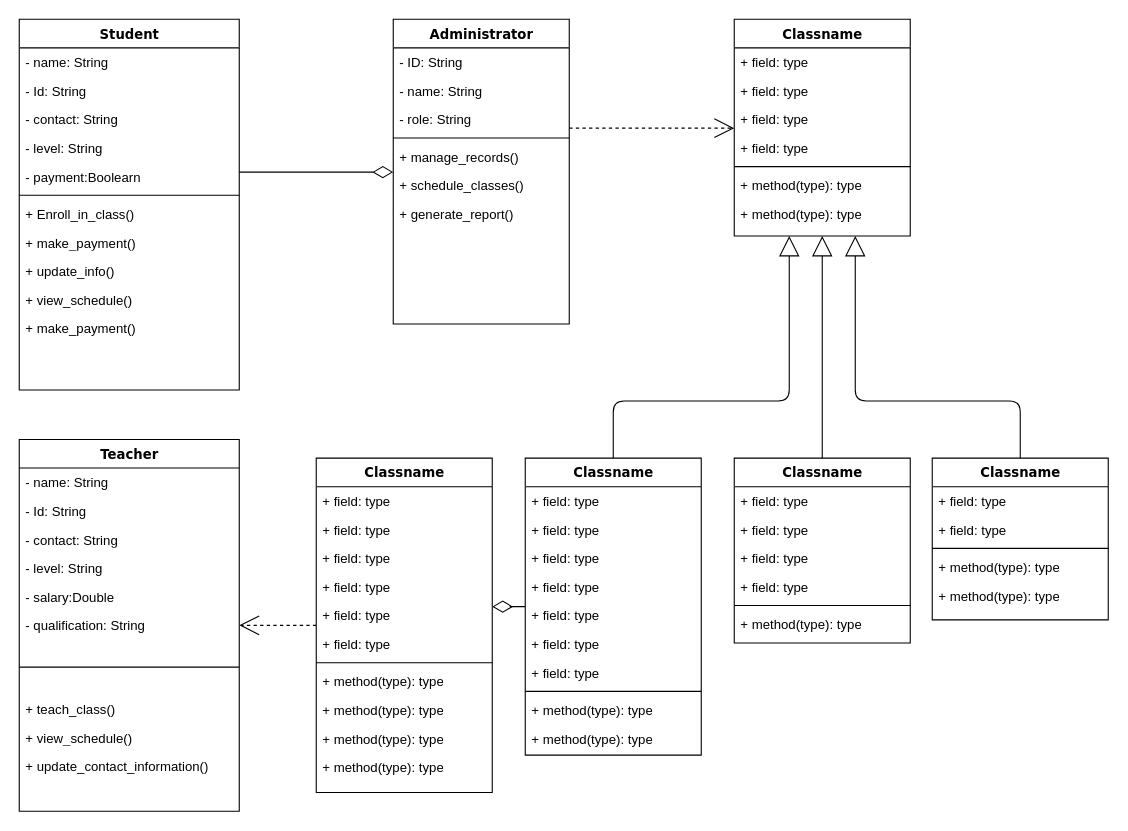
mati-tech/draw.io keeps this draw.io diagram as Masa_academy_diagram_class.drawio. Above is the earlier version. Source tidied: cells renumbered, new cells numbered last; positions are measured from the earlier drawing's top-left corner, leaving out a move shared by most shapes. Both pictures are drawn from the tidied source at 110%, with x=0, y=0 at pixel (19, 19).
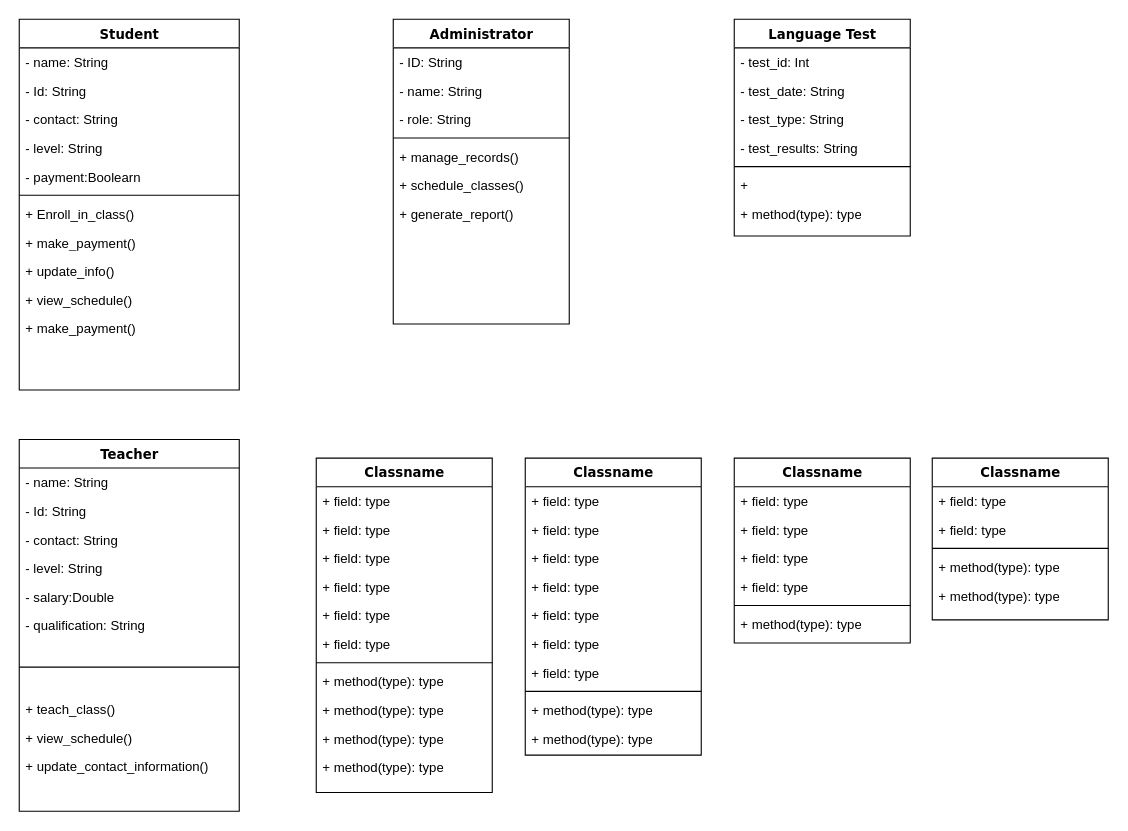
After the change.

The change refers to these unchanged cells:
```xml
<mxCell id="2" value="Student" style="swimlane;html=1;fontStyle=1;align=center;verticalAlign=top;horizontal=1;startSize=26;swimlaneFillColor=#ffffff;rounded=0;shadow=0;comic=0;labelBackgroundColor=none;strokeWidth=1;fillColor=none;fontFamily=Verdana;fontSize=12;" parent="1" vertex="1">
  <mxGeometry width="200" height="337" as="geometry" />
</mxCell>
<mxCell id="15" value="Administrator" style="swimlane;html=1;fontStyle=1;align=center;verticalAlign=top;horizontal=1;startSize=26;swimlaneFillColor=#ffffff;rounded=0;shadow=0;comic=0;labelBackgroundColor=none;strokeWidth=1;fillColor=none;fontFamily=Verdana;fontSize=12;" parent="1" vertex="1">
  <mxGeometry x="340" width="160" height="277" as="geometry" />
</mxCell>
<mxCell id="32" value="Teacher" style="swimlane;html=1;fontStyle=1;align=center;verticalAlign=top;horizontal=1;startSize=26;swimlaneFillColor=#ffffff;rounded=0;shadow=0;comic=0;labelBackgroundColor=none;strokeWidth=1;fillColor=none;fontFamily=Verdana;fontSize=12;" parent="1" vertex="1">
  <mxGeometry y="382" width="200" height="338" as="geometry" />
</mxCell>
<mxCell id="44" value="Classname" style="swimlane;html=1;fontStyle=1;align=center;verticalAlign=top;horizontal=1;startSize=26;swimlaneFillColor=#ffffff;rounded=0;shadow=0;comic=0;labelBackgroundColor=none;strokeWidth=1;fillColor=none;fontFamily=Verdana;fontSize=12;" parent="1" vertex="1">
  <mxGeometry x="270" y="399" width="160" height="304" as="geometry" />
</mxCell>
<mxCell id="57" value="Classname" style="swimlane;html=1;fontStyle=1;align=center;verticalAlign=top;horizontal=1;startSize=26;swimlaneFillColor=#ffffff;rounded=0;shadow=0;comic=0;labelBackgroundColor=none;strokeWidth=1;fillColor=none;fontFamily=Verdana;fontSize=12;" parent="1" vertex="1">
  <mxGeometry x="460" y="399" width="160" height="270" as="geometry" />
</mxCell>
<mxCell id="69" value="Classname" style="swimlane;html=1;fontStyle=1;align=center;verticalAlign=top;horizontal=1;startSize=26;swimlaneFillColor=#ffffff;rounded=0;shadow=0;comic=0;labelBackgroundColor=none;strokeWidth=1;fillColor=none;fontFamily=Verdana;fontSize=12;" parent="1" vertex="1">
  <mxGeometry x="650" y="399" width="160" height="168" as="geometry" />
</mxCell>
<mxCell id="77" value="Classname" style="swimlane;html=1;fontStyle=1;align=center;verticalAlign=top;horizontal=1;startSize=26;swimlaneFillColor=#ffffff;rounded=0;shadow=0;comic=0;labelBackgroundColor=none;strokeWidth=1;fillColor=none;fontFamily=Verdana;fontSize=12;" parent="1" vertex="1">
  <mxGeometry x="830" y="399" width="160" height="147" as="geometry" />
</mxCell>
```

Change to the diagram source:
```diff
@@
-    <mxCell id="14" style="edgeStyle=elbowEdgeStyle;html=1;labelBackgroundColor=none;startFill=0;startSize=8;endArrow=open;endFill=0;endSize=16;fontFamily=Verdana;fontSize=12;elbow=vertical;dashed=1;" parent="1" edge="1" source="15" target="23">
-      <mxGeometry relative="1" as="geometry" />
-    </mxCell>
@@
-    <mxCell id="23" value="Classname" style="swimlane;html=1;fontStyle=1;align=center;verticalAlign=top;horizontal=1;startSize=26;swimlaneFillColor=#ffffff;rounded=0;shadow=0;comic=0;labelBackgroundColor=none;strokeWidth=1;fillColor=none;fontFamily=Verdana;fontSize=12;" parent="1" vertex="1">
+    <mxCell id="23" value="Language Test" style="swimlane;html=1;fontStyle=1;align=center;verticalAlign=top;horizontal=1;startSize=26;swimlaneFillColor=#ffffff;rounded=0;shadow=0;comic=0;labelBackgroundColor=none;strokeWidth=1;fillColor=none;fontFamily=Verdana;fontSize=12;" parent="1" vertex="1">
       <mxGeometry x="650" width="160" height="197" as="geometry" />
     </mxCell>
-    <mxCell id="24" value="+ field: type" style="text;html=1;strokeColor=none;fillColor=none;align=left;verticalAlign=top;spacingLeft=4;spacingRight=4;whiteSpace=wrap;overflow=hidden;" parent="23" vertex="1">
+    <mxCell id="24" value="- test_id: Int" style="text;html=1;strokeColor=none;fillColor=none;align=left;verticalAlign=top;spacingLeft=4;spacingRight=4;whiteSpace=wrap;overflow=hidden;" parent="23" vertex="1">
       <mxGeometry y="26" width="160" height="26" as="geometry" />
     </mxCell>
-    <mxCell id="25" value="+ field: type" style="text;html=1;strokeColor=none;fillColor=none;align=left;verticalAlign=top;spacingLeft=4;spacingRight=4;whiteSpace=wrap;overflow=hidden;" parent="23" vertex="1">
+    <mxCell id="25" value="- test_date: String" style="text;html=1;strokeColor=none;fillColor=none;align=left;verticalAlign=top;spacingLeft=4;spacingRight=4;whiteSpace=wrap;overflow=hidden;" parent="23" vertex="1">
       <mxGeometry y="52" width="160" height="26" as="geometry" />
     </mxCell>
-    <mxCell id="26" value="+ field: type" style="text;html=1;strokeColor=none;fillColor=none;align=left;verticalAlign=top;spacingLeft=4;spacingRight=4;whiteSpace=wrap;overflow=hidden;" parent="23" vertex="1">
+    <mxCell id="26" value="- test_type: String" style="text;html=1;strokeColor=none;fillColor=none;align=left;verticalAlign=top;spacingLeft=4;spacingRight=4;whiteSpace=wrap;overflow=hidden;" parent="23" vertex="1">
       <mxGeometry y="78" width="160" height="26" as="geometry" />
     </mxCell>
-    <mxCell id="27" value="+ field: type" style="text;html=1;strokeColor=none;fillColor=none;align=left;verticalAlign=top;spacingLeft=4;spacingRight=4;whiteSpace=wrap;overflow=hidden;" parent="23" vertex="1">
+    <mxCell id="27" value="- test_results: String&amp;nbsp;" style="text;html=1;strokeColor=none;fillColor=none;align=left;verticalAlign=top;spacingLeft=4;spacingRight=4;whiteSpace=wrap;overflow=hidden;" parent="23" vertex="1">
       <mxGeometry y="104" width="160" height="26" as="geometry" />
     </mxCell>
@@
-    <mxCell id="29" value="+ method(type): type" style="text;html=1;strokeColor=none;fillColor=none;align=left;verticalAlign=top;spacingLeft=4;spacingRight=4;whiteSpace=wrap;overflow=hidden;" parent="23" vertex="1">
+    <mxCell id="29" value="+&amp;nbsp;" style="text;html=1;strokeColor=none;fillColor=none;align=left;verticalAlign=top;spacingLeft=4;spacingRight=4;whiteSpace=wrap;overflow=hidden;" parent="23" vertex="1">
       <mxGeometry y="138" width="160" height="26" as="geometry" />
     </mxCell>
@@
-    <mxCell id="31" style="edgeStyle=elbowEdgeStyle;html=1;labelBackgroundColor=none;startFill=0;startSize=8;endArrow=open;endFill=0;endSize=16;fontFamily=Verdana;fontSize=12;elbow=vertical;dashed=1;" parent="1" edge="1" source="44" target="32">
-      <mxGeometry relative="1" as="geometry" />
-    </mxCell>
@@
-    <mxCell id="43" style="edgeStyle=elbowEdgeStyle;html=1;labelBackgroundColor=none;startFill=0;startSize=8;endArrow=diamondThin;endFill=0;endSize=16;fontFamily=Verdana;fontSize=12;elbow=vertical;" parent="1" edge="1" source="57" target="44">
-      <mxGeometry relative="1" as="geometry" />
-    </mxCell>
@@
-    <mxCell id="56" style="edgeStyle=orthogonalEdgeStyle;html=1;labelBackgroundColor=none;startFill=0;startSize=8;endArrow=block;endFill=0;endSize=16;fontFamily=Verdana;fontSize=12;" parent="1" edge="1" source="57" target="23">
-      <mxGeometry relative="1" as="geometry">
-        <Array as="points">
-          <mxPoint x="540" y="347" />
-          <mxPoint x="700" y="347" />
-        </Array>
-      </mxGeometry>
-    </mxCell>
@@
-    <mxCell id="68" style="edgeStyle=orthogonalEdgeStyle;html=1;labelBackgroundColor=none;startFill=0;startSize=8;endArrow=block;endFill=0;endSize=16;fontFamily=Verdana;fontSize=12;" parent="1" edge="1" source="69" target="23">
-      <mxGeometry relative="1" as="geometry" />
-    </mxCell>
@@
-    <mxCell id="76" style="edgeStyle=orthogonalEdgeStyle;html=1;labelBackgroundColor=none;startFill=0;startSize=8;endArrow=block;endFill=0;endSize=16;fontFamily=Verdana;fontSize=12;" parent="1" edge="1" source="77" target="23">
-      <mxGeometry relative="1" as="geometry">
-        <Array as="points">
-          <mxPoint x="910" y="347" />
-          <mxPoint x="760" y="347" />
-        </Array>
-      </mxGeometry>
-    </mxCell>
@@
-    <mxCell id="83" style="edgeStyle=elbowEdgeStyle;html=1;labelBackgroundColor=none;startFill=0;startSize=8;endArrow=diamondThin;endFill=0;endSize=16;fontFamily=Verdana;fontSize=12;elbow=vertical;" parent="1" edge="1" source="2" target="15">
-      <mxGeometry relative="1" as="geometry" />
-    </mxCell>
```
